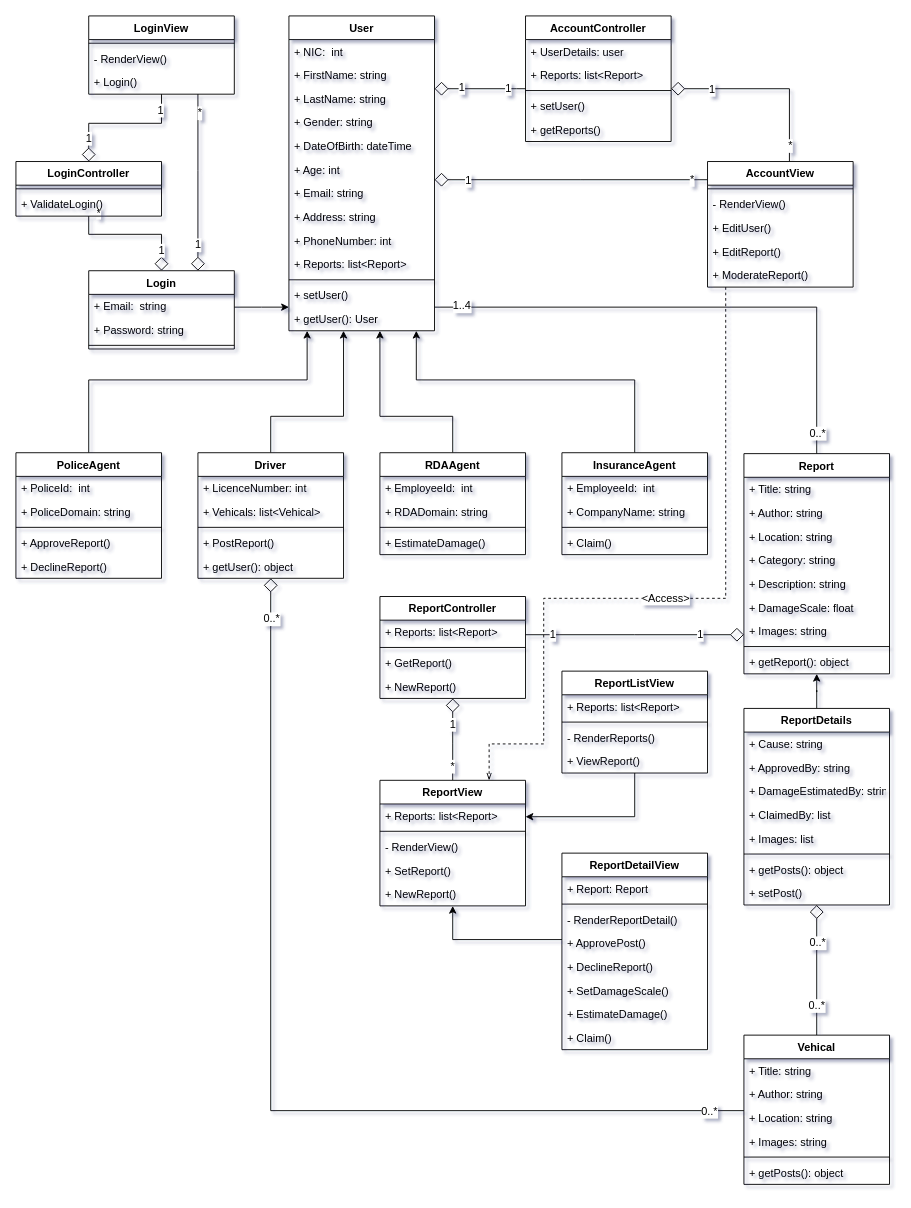
Before: page "ClassDiagram" (2 of 2) of Diagrams/Diagrams.drawio in haritha99ch/PUSL2020CourseWork, a draw.io diagram. Source tidied: cells renumbered, new cells numbered last; positions are measured from the earlier drawing's top-left corner, leaving out a move shared by most shapes. Both pictures are drawn from the tidied source at 91%, with x=0, y=0 at pixel (15, 15).
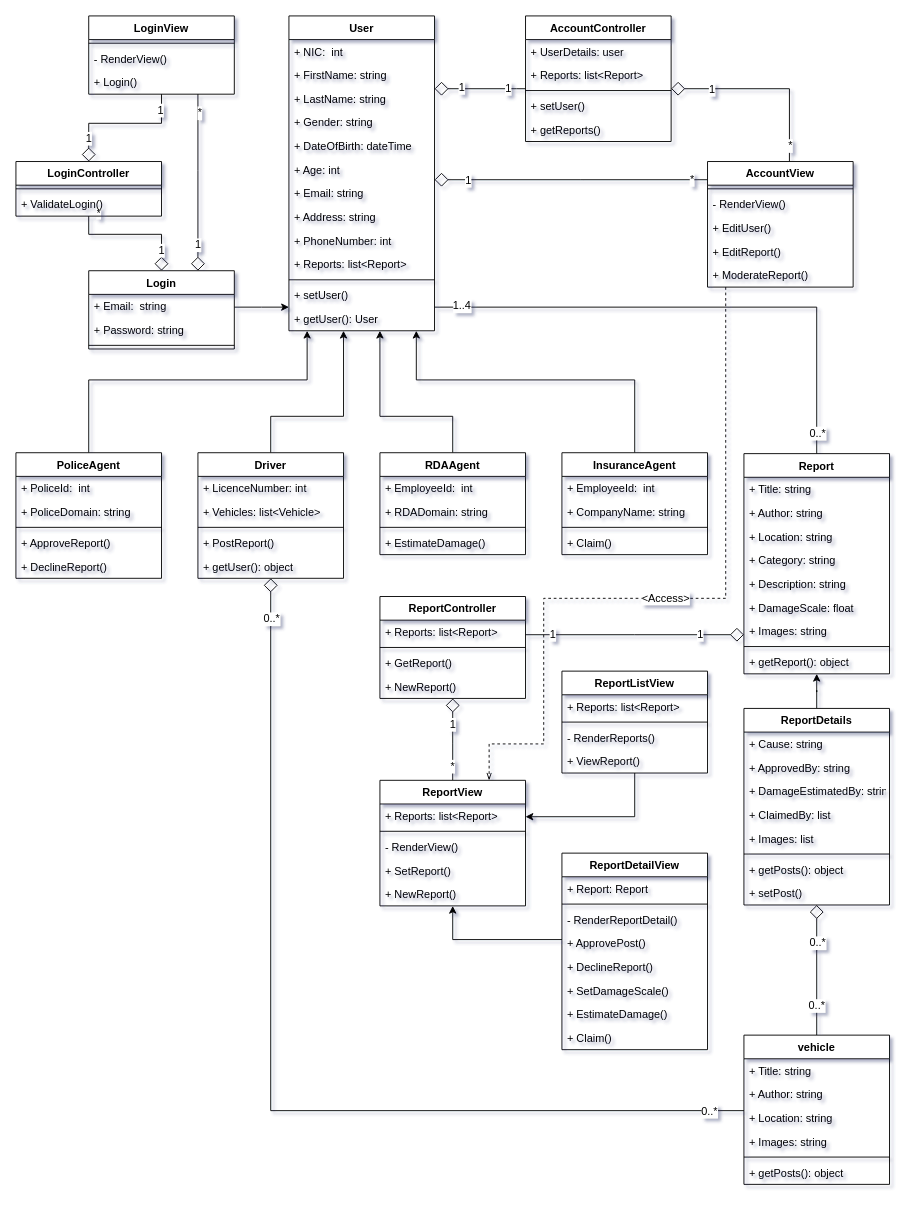
Above is the later version.

Commit message (it also covers changes not shown here):
Models: TODO list done

Unchanged cells that the change refers to:
```xml
<mxCell id="81" value="Driver" style="swimlane;fontStyle=1;align=center;verticalAlign=top;horizontal=1;startSize=26;" parent="1" vertex="1">
  <mxGeometry x="200" y="480" width="160" height="138" as="geometry" />
</mxCell>
```

Diff of the diagram source:
```diff
@@
-    <mxCell id="65" value="Vehical" style="swimlane;fontStyle=1;align=center;verticalAlign=top;horizontal=1;startSize=26;" parent="1" vertex="1">
+    <mxCell id="65" value="vehicle" style="swimlane;fontStyle=1;align=center;verticalAlign=top;horizontal=1;startSize=26;" parent="1" vertex="1">
       <mxGeometry x="800" y="1120" width="160" height="164" as="geometry" />
     </mxCell>
@@
-    <mxCell id="83" value="+ Vehicals: list&lt;Vehical&gt;" style="text;strokeColor=none;fillColor=none;align=left;verticalAlign=top;spacingLeft=4;spacingRight=4;overflow=hidden;" parent="81" vertex="1">
+    <mxCell id="83" value="+ Vehicles: list&lt;Vehicle&gt;" style="text;strokeColor=none;fillColor=none;align=left;verticalAlign=top;spacingLeft=4;spacingRight=4;overflow=hidden;" parent="81" vertex="1">
       <mxGeometry y="52" width="160" height="26" as="geometry" />
     </mxCell>
```
